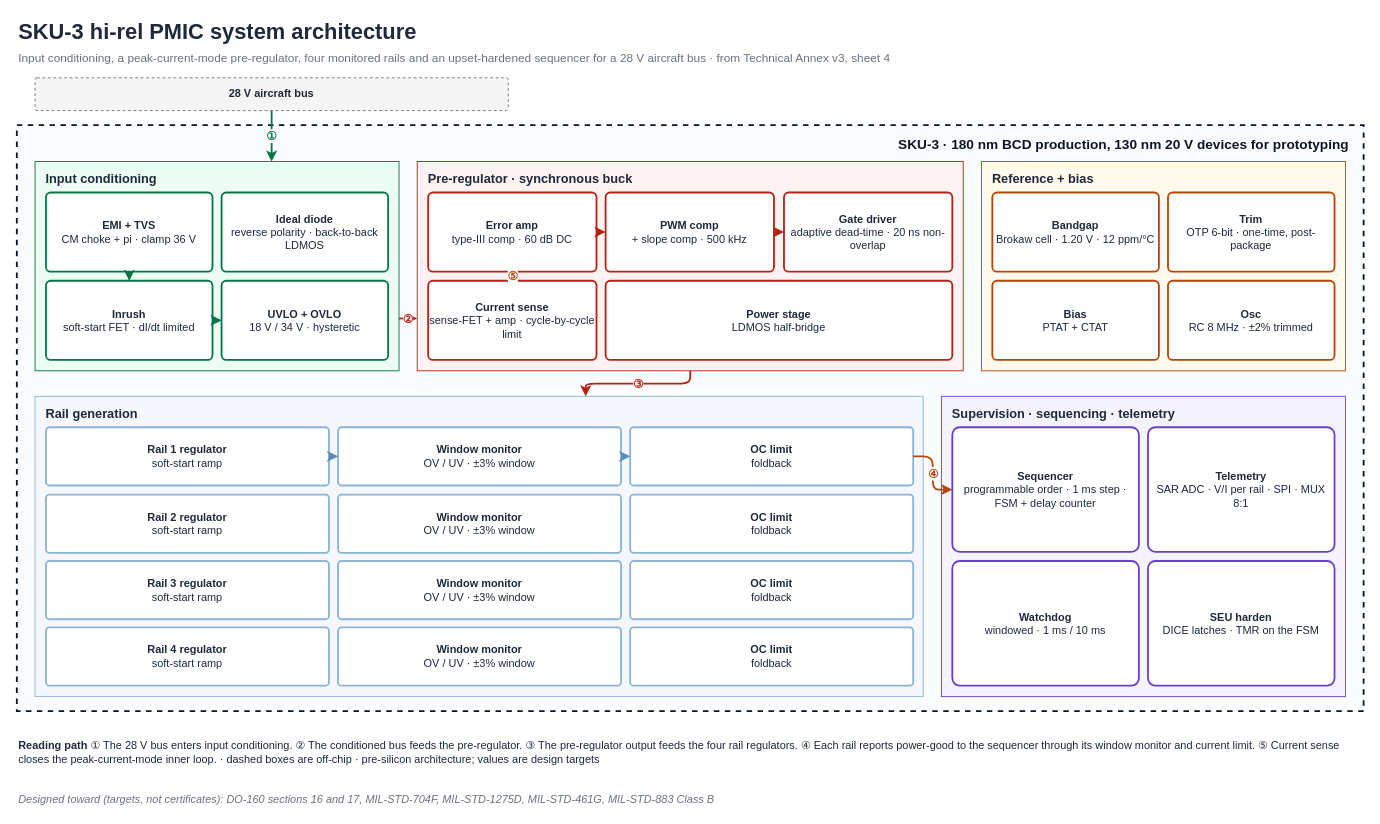
shekerkamma/deepgrid-dr-silicon-v10 keeps this draw.io diagram as public/downloads/sku-3-architecture.drawio. Above is the earlier version. Source tidied: cells renumbered, new cells numbered last; positions are measured from the earlier drawing's top-left corner, leaving out a move shared by most shapes. Both pictures are drawn from the tidied source at 91%, with x=0, y=0 at pixel (16, 15).
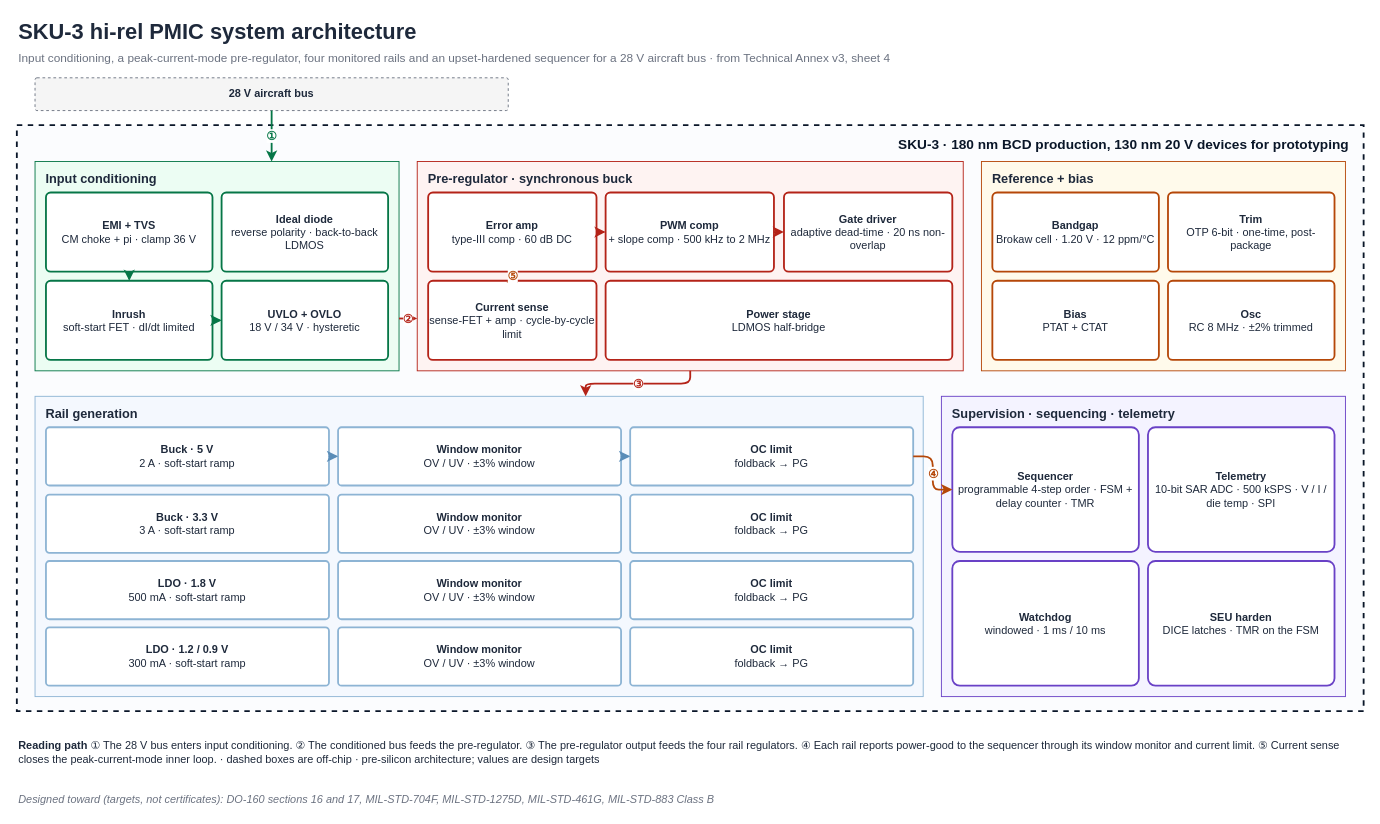
Above is the later version.

What changed in the source:
```diff
@@
-    <mxCell id="13" value="&lt;b&gt;PWM comp&lt;/b&gt;&lt;br&gt;+ slope comp · 500 kHz" style="rounded=1;whiteSpace=wrap;html=1;fillColor=#FFFFFF;strokeColor=#B42318;strokeWidth=2;fontSize=12;fontColor=#1E293B;arcSize=6;" parent="1" vertex="1">
+    <mxCell id="13" value="&lt;b&gt;PWM comp&lt;/b&gt;&lt;br&gt;+ slope comp · 500 kHz to 2 MHz" style="rounded=1;whiteSpace=wrap;html=1;fillColor=#FFFFFF;strokeColor=#B42318;strokeWidth=2;fontSize=12;fontColor=#1E293B;arcSize=6;" parent="1" vertex="1">
       <mxGeometry x="647" y="194" width="185" height="87" as="geometry" />
     </mxCell>
@@
-    <mxCell id="23" value="&lt;b&gt;Rail 1 regulator&lt;/b&gt;&lt;br&gt;soft-start ramp" style="rounded=1;whiteSpace=wrap;html=1;fillColor=#FFFFFF;strokeColor=#8DB4D4;strokeWidth=2;fontSize=12;fontColor=#1E293B;arcSize=6;" parent="1" vertex="1">
+    <mxCell id="23" value="&lt;b&gt;Buck · 5 V&lt;/b&gt;&lt;br&gt;2 A · soft-start ramp" style="rounded=1;whiteSpace=wrap;html=1;fillColor=#FFFFFF;strokeColor=#8DB4D4;strokeWidth=2;fontSize=12;fontColor=#1E293B;arcSize=6;" parent="1" vertex="1">
       <mxGeometry x="32" y="452" width="311" height="64" as="geometry" />
     </mxCell>
@@
-    <mxCell id="25" value="&lt;b&gt;OC limit&lt;/b&gt;&lt;br&gt;foldback" style="rounded=1;whiteSpace=wrap;html=1;fillColor=#FFFFFF;strokeColor=#8DB4D4;strokeWidth=2;fontSize=12;fontColor=#1E293B;arcSize=6;" parent="1" vertex="1">
+    <mxCell id="25" value="&lt;b&gt;OC limit&lt;/b&gt;&lt;br&gt;foldback → PG" style="rounded=1;whiteSpace=wrap;html=1;fillColor=#FFFFFF;strokeColor=#8DB4D4;strokeWidth=2;fontSize=12;fontColor=#1E293B;arcSize=6;" parent="1" vertex="1">
       <mxGeometry x="674" y="452" width="311" height="64" as="geometry" />
     </mxCell>
-    <mxCell id="26" value="&lt;b&gt;Rail 2 regulator&lt;/b&gt;&lt;br&gt;soft-start ramp" style="rounded=1;whiteSpace=wrap;html=1;fillColor=#FFFFFF;strokeColor=#8DB4D4;strokeWidth=2;fontSize=12;fontColor=#1E293B;arcSize=6;" parent="1" vertex="1">
+    <mxCell id="26" value="&lt;b&gt;Buck · 3.3 V&lt;/b&gt;&lt;br&gt;3 A · soft-start ramp" style="rounded=1;whiteSpace=wrap;html=1;fillColor=#FFFFFF;strokeColor=#8DB4D4;strokeWidth=2;fontSize=12;fontColor=#1E293B;arcSize=6;" parent="1" vertex="1">
       <mxGeometry x="32" y="526" width="311" height="64" as="geometry" />
     </mxCell>
@@
-    <mxCell id="28" value="&lt;b&gt;OC limit&lt;/b&gt;&lt;br&gt;foldback" style="rounded=1;whiteSpace=wrap;html=1;fillColor=#FFFFFF;strokeColor=#8DB4D4;strokeWidth=2;fontSize=12;fontColor=#1E293B;arcSize=6;" parent="1" vertex="1">
+    <mxCell id="28" value="&lt;b&gt;OC limit&lt;/b&gt;&lt;br&gt;foldback → PG" style="rounded=1;whiteSpace=wrap;html=1;fillColor=#FFFFFF;strokeColor=#8DB4D4;strokeWidth=2;fontSize=12;fontColor=#1E293B;arcSize=6;" parent="1" vertex="1">
       <mxGeometry x="674" y="526" width="311" height="64" as="geometry" />
     </mxCell>
-    <mxCell id="29" value="&lt;b&gt;Rail 3 regulator&lt;/b&gt;&lt;br&gt;soft-start ramp" style="rounded=1;whiteSpace=wrap;html=1;fillColor=#FFFFFF;strokeColor=#8DB4D4;strokeWidth=2;fontSize=12;fontColor=#1E293B;arcSize=6;" parent="1" vertex="1">
+    <mxCell id="29" value="&lt;b&gt;LDO · 1.8 V&lt;/b&gt;&lt;br&gt;500 mA · soft-start ramp" style="rounded=1;whiteSpace=wrap;html=1;fillColor=#FFFFFF;strokeColor=#8DB4D4;strokeWidth=2;fontSize=12;fontColor=#1E293B;arcSize=6;" parent="1" vertex="1">
       <mxGeometry x="32" y="599" width="311" height="64" as="geometry" />
     </mxCell>
@@
-    <mxCell id="31" value="&lt;b&gt;OC limit&lt;/b&gt;&lt;br&gt;foldback" style="rounded=1;whiteSpace=wrap;html=1;fillColor=#FFFFFF;strokeColor=#8DB4D4;strokeWidth=2;fontSize=12;fontColor=#1E293B;arcSize=6;" parent="1" vertex="1">
+    <mxCell id="31" value="&lt;b&gt;OC limit&lt;/b&gt;&lt;br&gt;foldback → PG" style="rounded=1;whiteSpace=wrap;html=1;fillColor=#FFFFFF;strokeColor=#8DB4D4;strokeWidth=2;fontSize=12;fontColor=#1E293B;arcSize=6;" parent="1" vertex="1">
       <mxGeometry x="674" y="599" width="311" height="64" as="geometry" />
     </mxCell>
-    <mxCell id="32" value="&lt;b&gt;Rail 4 regulator&lt;/b&gt;&lt;br&gt;soft-start ramp" style="rounded=1;whiteSpace=wrap;html=1;fillColor=#FFFFFF;strokeColor=#8DB4D4;strokeWidth=2;fontSize=12;fontColor=#1E293B;arcSize=6;" parent="1" vertex="1">
+    <mxCell id="32" value="&lt;b&gt;LDO · 1.2 / 0.9 V&lt;/b&gt;&lt;br&gt;300 mA · soft-start ramp" style="rounded=1;whiteSpace=wrap;html=1;fillColor=#FFFFFF;strokeColor=#8DB4D4;strokeWidth=2;fontSize=12;fontColor=#1E293B;arcSize=6;" parent="1" vertex="1">
       <mxGeometry x="32" y="672" width="311" height="64" as="geometry" />
     </mxCell>
@@
-    <mxCell id="34" value="&lt;b&gt;OC limit&lt;/b&gt;&lt;br&gt;foldback" style="rounded=1;whiteSpace=wrap;html=1;fillColor=#FFFFFF;strokeColor=#8DB4D4;strokeWidth=2;fontSize=12;fontColor=#1E293B;arcSize=6;" parent="1" vertex="1">
+    <mxCell id="34" value="&lt;b&gt;OC limit&lt;/b&gt;&lt;br&gt;foldback → PG" style="rounded=1;whiteSpace=wrap;html=1;fillColor=#FFFFFF;strokeColor=#8DB4D4;strokeWidth=2;fontSize=12;fontColor=#1E293B;arcSize=6;" parent="1" vertex="1">
       <mxGeometry x="674" y="672" width="311" height="64" as="geometry" />
     </mxCell>
@@
-    <mxCell id="36" value="&lt;b&gt;Sequencer&lt;/b&gt;&lt;br&gt;programmable order · 1 ms step · FSM + delay counter" style="rounded=1;whiteSpace=wrap;html=1;fillColor=#FFFFFF;strokeColor=#6941C6;strokeWidth=2;fontSize=12;fontColor=#1E293B;arcSize=6;" parent="1" vertex="1">
+    <mxCell id="36" value="&lt;b&gt;Sequencer&lt;/b&gt;&lt;br&gt;programmable 4-step order · FSM + delay counter · TMR" style="rounded=1;whiteSpace=wrap;html=1;fillColor=#FFFFFF;strokeColor=#6941C6;strokeWidth=2;fontSize=12;fontColor=#1E293B;arcSize=6;" parent="1" vertex="1">
       <mxGeometry x="1028" y="452" width="205" height="137" as="geometry" />
     </mxCell>
-    <mxCell id="37" value="&lt;b&gt;Telemetry&lt;/b&gt;&lt;br&gt;SAR ADC · V/I per rail · SPI · MUX 8:1" style="rounded=1;whiteSpace=wrap;html=1;fillColor=#FFFFFF;strokeColor=#6941C6;strokeWidth=2;fontSize=12;fontColor=#1E293B;arcSize=6;" parent="1" vertex="1">
+    <mxCell id="37" value="&lt;b&gt;Telemetry&lt;/b&gt;&lt;br&gt;10-bit SAR ADC · 500 kSPS · V / I / die temp · SPI" style="rounded=1;whiteSpace=wrap;html=1;fillColor=#FFFFFF;strokeColor=#6941C6;strokeWidth=2;fontSize=12;fontColor=#1E293B;arcSize=6;" parent="1" vertex="1">
       <mxGeometry x="1243" y="452" width="205" height="137" as="geometry" />
     </mxCell>
```
